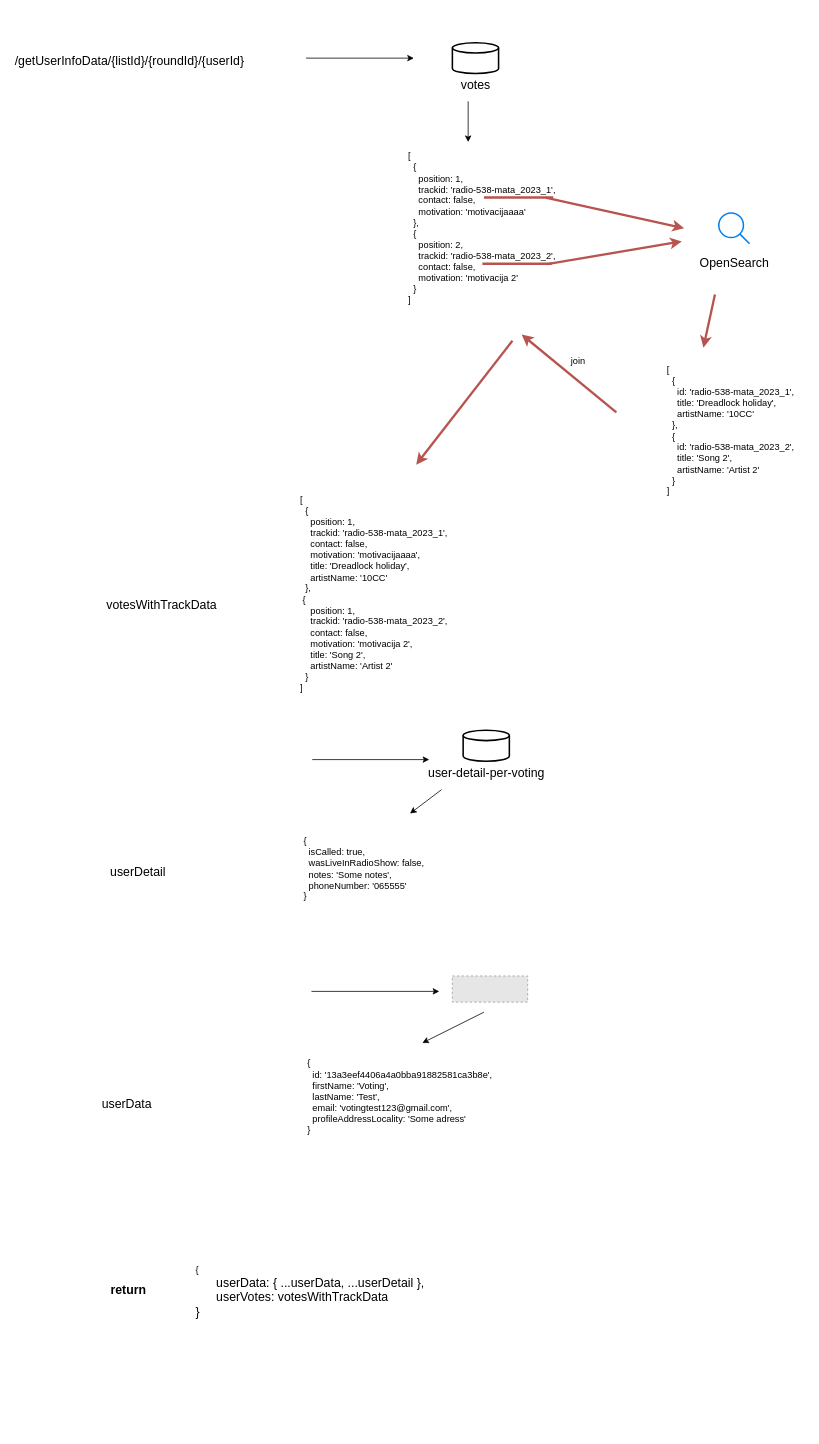
mata998/drawio keeps this draw.io diagram as page "/getUserInfoData" (2 of 5) of folder/voting.drawio. Above is the earlier version. Source tidied: cells renumbered, new cells numbered last; positions are measured from the earlier drawing's top-left corner, leaving out a move shared by most shapes. Both pictures are drawn from the tidied source at 77%, with x=0, y=0 at pixel (13, 42). Pictures stored in the file or linked from it are replaced by grey dashed boxes.
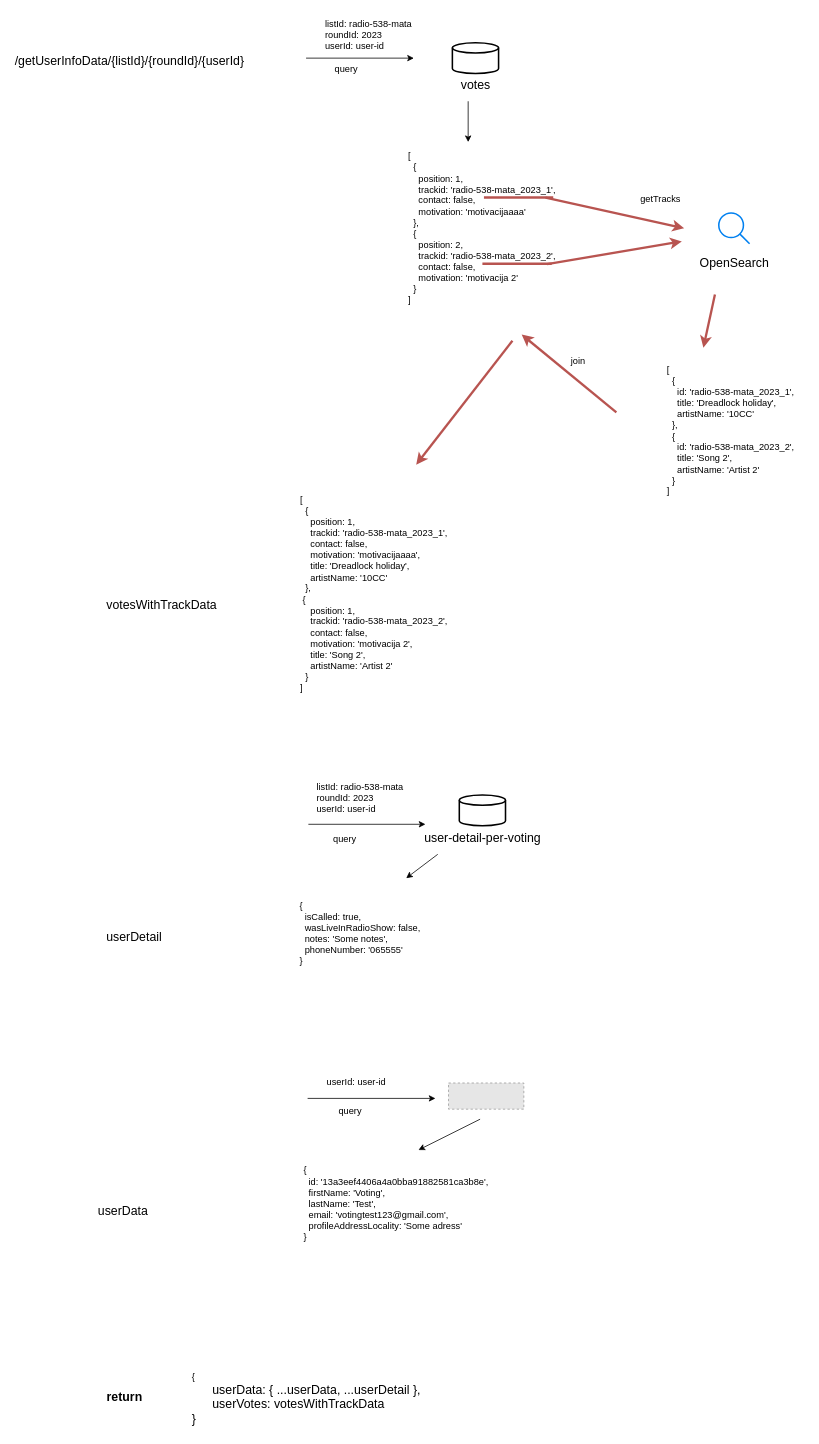
Above is the later version.

What changed in the source:
```diff
@@
     <mxCell id="22" style="group;" parent="1" vertex="1">
-      <mxGeometry x="584" y="893" width="115" height="70" as="geometry" />
+      <mxGeometry x="579" y="977" width="115" height="70" as="geometry" />
     </mxCell>
@@
     <mxCell id="25" style="endArrow=classic;html=1;rounded=0;" parent="1" edge="1">
       <mxGeometry relative="1" as="geometry">
-        <mxPoint x="388" y="931" as="sourcePoint" />
-        <mxPoint x="540" y="931" as="targetPoint" />
+        <mxPoint x="383" y="1015" as="sourcePoint" />
+        <mxPoint x="535" y="1015" as="targetPoint" />
       </mxGeometry>
     </mxCell>
     <mxCell id="26" style="endArrow=classic;html=1;rounded=0;" parent="1" edge="1">
       <mxGeometry relative="1" as="geometry">
-        <mxPoint x="556" y="970" as="sourcePoint" />
-        <mxPoint x="515" y="1001" as="targetPoint" />
+        <mxPoint x="551" y="1054" as="sourcePoint" />
+        <mxPoint x="510" y="1085" as="targetPoint" />
       </mxGeometry>
     </mxCell>
     <mxCell id="27" value="&lt;div&gt;{&lt;/div&gt;&lt;div&gt;&amp;nbsp; isCalled: true,&lt;/div&gt;&lt;div&gt;&amp;nbsp; wasLiveInRadioShow: false,&lt;/div&gt;&lt;div&gt;&amp;nbsp; notes: 'Some notes',&lt;/div&gt;&lt;div&gt;&amp;nbsp; phoneNumber: '065555'&lt;/div&gt;&lt;div&gt;}&lt;/div&gt;" style="text;html=1;align=left;verticalAlign=middle;strokeColor=none;fillColor=none;" parent="1" vertex="1">
-      <mxGeometry x="375" y="1024" width="175" height="98" as="geometry" />
+      <mxGeometry x="370" y="1108" width="175" height="98" as="geometry" />
     </mxCell>
     <mxCell id="28" style="fillColor=#E6E6E6;strokeColor=#999999;dashed=1;verticalLabelPosition=bottom;labelBackgroundColor=default;verticalAlign=top;" parent="1" vertex="1">
-      <mxGeometry x="570" y="1212" width="97.8" height="34" as="geometry" />
+      <mxGeometry x="565" y="1351" width="97.8" height="34" as="geometry" />
     </mxCell>
     <mxCell id="29" style="endArrow=classic;html=1;rounded=0;" parent="1" edge="1">
       <mxGeometry relative="1" as="geometry">
-        <mxPoint x="387" y="1232" as="sourcePoint" />
-        <mxPoint x="553" y="1232" as="targetPoint" />
+        <mxPoint x="382" y="1371" as="sourcePoint" />
+        <mxPoint x="548" y="1371" as="targetPoint" />
       </mxGeometry>
     </mxCell>
     <mxCell id="30" style="endArrow=classic;html=1;rounded=0;" parent="1" edge="1">
       <mxGeometry relative="1" as="geometry">
-        <mxPoint x="611" y="1259" as="sourcePoint" />
-        <mxPoint x="531" y="1299" as="targetPoint" />
+        <mxPoint x="606" y="1398" as="sourcePoint" />
+        <mxPoint x="526" y="1438" as="targetPoint" />
       </mxGeometry>
     </mxCell>
     <mxCell id="31" value="&lt;div&gt;{&lt;/div&gt;&lt;div&gt;&amp;nbsp; id: '13a3eef4406a4a0bba91882581ca3b8e',&lt;/div&gt;&lt;div&gt;&amp;nbsp; firstName: 'Voting',&lt;/div&gt;&lt;div&gt;&amp;nbsp; lastName: 'Test',&lt;/div&gt;&lt;div&gt;&amp;nbsp; email: 'votingtest123@gmail.com',&lt;/div&gt;&lt;div&gt;&amp;nbsp; profileAddressLocality: 'Some adress'&lt;/div&gt;&lt;div&gt;}&lt;/div&gt;" style="text;html=1;align=left;verticalAlign=middle;strokeColor=none;fillColor=none;" parent="1" vertex="1">
-      <mxGeometry x="380" y="1312" width="258" height="113" as="geometry" />
+      <mxGeometry x="375" y="1451" width="258" height="113" as="geometry" />
     </mxCell>
@@
     <mxCell id="33" value="&lt;font style=&quot;font-size: 16px;&quot;&gt;userDetail&lt;/font&gt;" style="text;html=1;align=left;verticalAlign=middle;strokeColor=none;fillColor=none;" parent="1" vertex="1">
-      <mxGeometry x="124" y="1061" width="90" height="31" as="geometry" />
+      <mxGeometry x="119" y="1145" width="90" height="31" as="geometry" />
     </mxCell>
     <mxCell id="34" value="&lt;font style=&quot;font-size: 16px;&quot;&gt;userData&lt;/font&gt;" style="text;html=1;align=left;verticalAlign=middle;strokeColor=none;fillColor=none;" parent="1" vertex="1">
-      <mxGeometry x="113" y="1362" width="83" height="31" as="geometry" />
+      <mxGeometry x="108" y="1501" width="83" height="31" as="geometry" />
     </mxCell>
     <mxCell id="35" value="&lt;font style=&quot;font-size: 16px;&quot;&gt;&lt;b&gt;return&lt;/b&gt;&lt;/font&gt;" style="text;html=1;align=center;verticalAlign=middle;strokeColor=none;fillColor=none;" parent="1" vertex="1">
-      <mxGeometry x="117" y="1603" width="64" height="31" as="geometry" />
+      <mxGeometry x="112" y="1742" width="64" height="31" as="geometry" />
     </mxCell>
     <mxCell id="36" value="&lt;div&gt;{&lt;/div&gt;&lt;div&gt;&lt;span style=&quot;font-size: 16px;&quot;&gt;&amp;nbsp; &amp;nbsp; &amp;nbsp; userData: { ...userData, ...userDetail },&lt;/span&gt;&lt;/div&gt;&lt;div&gt;&lt;span style=&quot;font-size: 16px;&quot;&gt;&amp;nbsp; &amp;nbsp; &amp;nbsp; userVotes: votesWithTrackData&lt;/span&gt;&lt;/div&gt;&lt;div&gt;&lt;span style=&quot;font-size: 16px;&quot;&gt;}&lt;/span&gt;&lt;/div&gt;" style="text;html=1;align=left;verticalAlign=middle;strokeColor=none;fillColor=none;" parent="1" vertex="1">
-      <mxGeometry x="235" y="1580" width="315" height="84" as="geometry" />
+      <mxGeometry x="230" y="1719" width="315" height="84" as="geometry" />
     </mxCell>
+    <mxCell id="37" value="listId: radio-538-mata&lt;br&gt;roundId: 2023&lt;br&gt;userId: user-id" style="text;html=1;align=left;verticalAlign=middle;strokeColor=none;fillColor=none;" parent="1" vertex="1">
+      <mxGeometry x="403" y="-38" width="131" height="55" as="geometry" />
+    </mxCell>
+    <mxCell id="38" value="listId: radio-538-mata&lt;br&gt;roundId: 2023&lt;br&gt;userId: user-id" style="text;html=1;align=left;verticalAlign=middle;strokeColor=none;fillColor=none;" parent="1" vertex="1">
+      <mxGeometry x="392" y="953" width="131" height="55" as="geometry" />
+    </mxCell>
+    <mxCell id="39" value="query" style="text;html=1;align=center;verticalAlign=middle;strokeColor=none;fillColor=none;" parent="1" vertex="1">
+      <mxGeometry x="408" y="22" width="48" height="26" as="geometry" />
+    </mxCell>
+    <mxCell id="40" value="getTracks" style="text;html=1;align=center;verticalAlign=middle;strokeColor=none;fillColor=none;" parent="1" vertex="1">
+      <mxGeometry x="805" y="190" width="70" height="26" as="geometry" />
+    </mxCell>
+    <mxCell id="41" value="query" style="text;html=1;align=center;verticalAlign=middle;strokeColor=none;fillColor=none;" parent="1" vertex="1">
+      <mxGeometry x="406" y="1021" width="48" height="26" as="geometry" />
+    </mxCell>
+    <mxCell id="42" value="query" style="text;html=1;align=center;verticalAlign=middle;strokeColor=none;fillColor=none;" parent="1" vertex="1">
+      <mxGeometry x="413" y="1375" width="48" height="26" as="geometry" />
+    </mxCell>
+    <mxCell id="43" value="userId: user-id" style="text;html=1;align=center;verticalAlign=middle;strokeColor=none;fillColor=none;" parent="1" vertex="1">
+      <mxGeometry x="397" y="1337" width="95" height="26" as="geometry" />
+    </mxCell>
```
